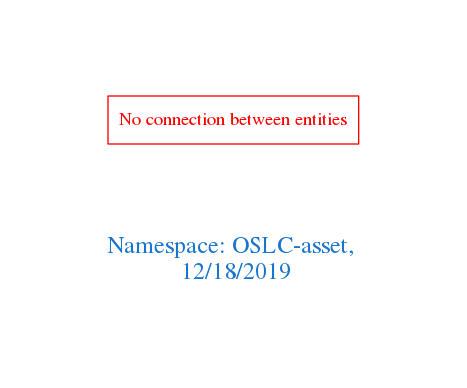
The Graphviz diagram downloads/OSLC-asset.png in arago/OGIT, before a commit. Its source is kept beside it as downloads/OSLC-asset.dot.
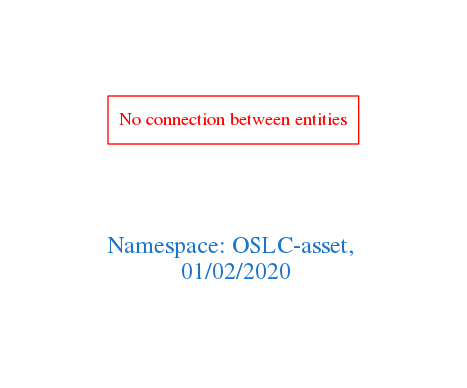
The same file after the commit.

Change to the diagram source:
```diff
@@ -1,7 +1,7 @@
 digraph OGIT_ontology {
  graph [ rankdir= LR,pad=1
 fontsize = 18,
-fontcolor= dodgerblue3,label = "\n\n\nNamespace: OSLC-asset, \n 12/18/2019"];
+fontcolor= dodgerblue3,label = "\n\n\nNamespace: OSLC-asset, \n 01/02/2020"];
 node[shape=polygon];
 edge [  color="gray81"];
 
```
